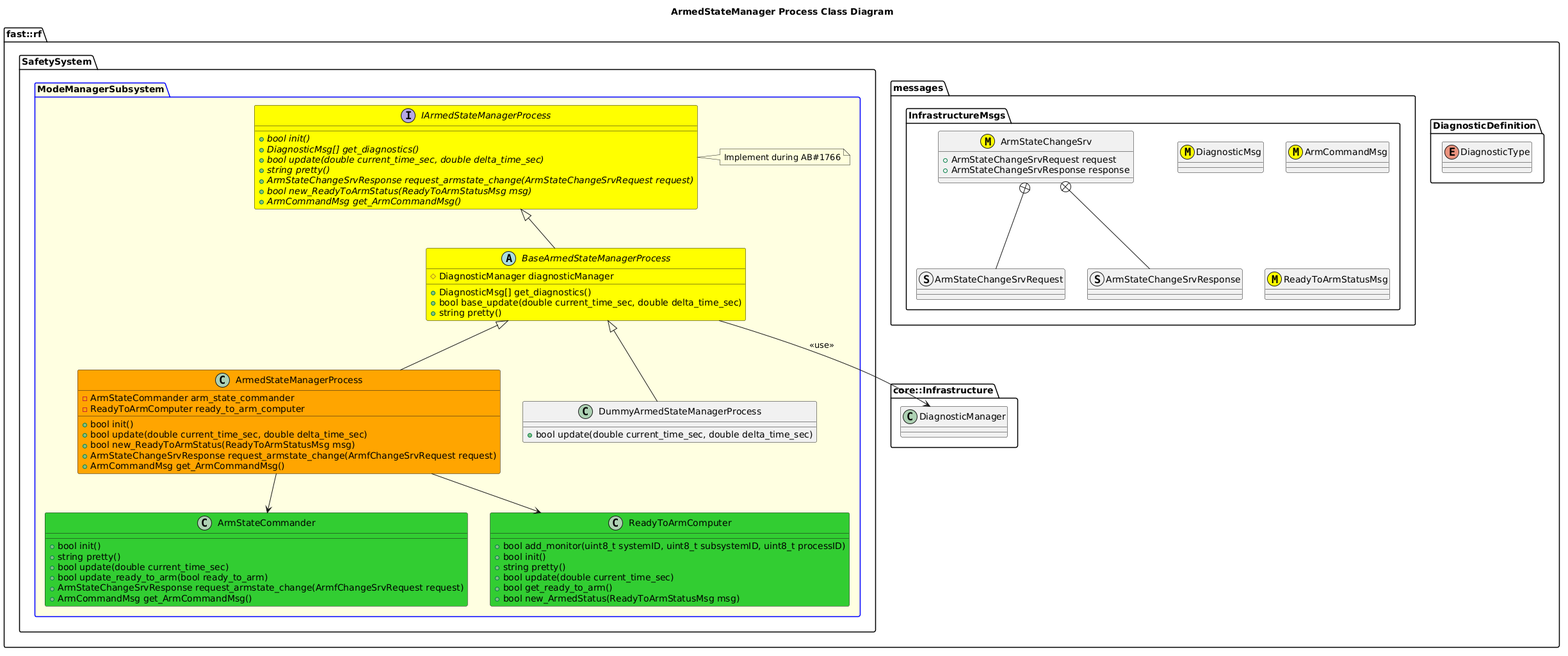
The PlantUML diagram Systems/Safety/Subsystems/ModeManager/Processes/ArmedStateManager/doc/puml/ArmedStateManagerProcessClassDiagram.png in fastrobotics/robot_framework, before a commit.
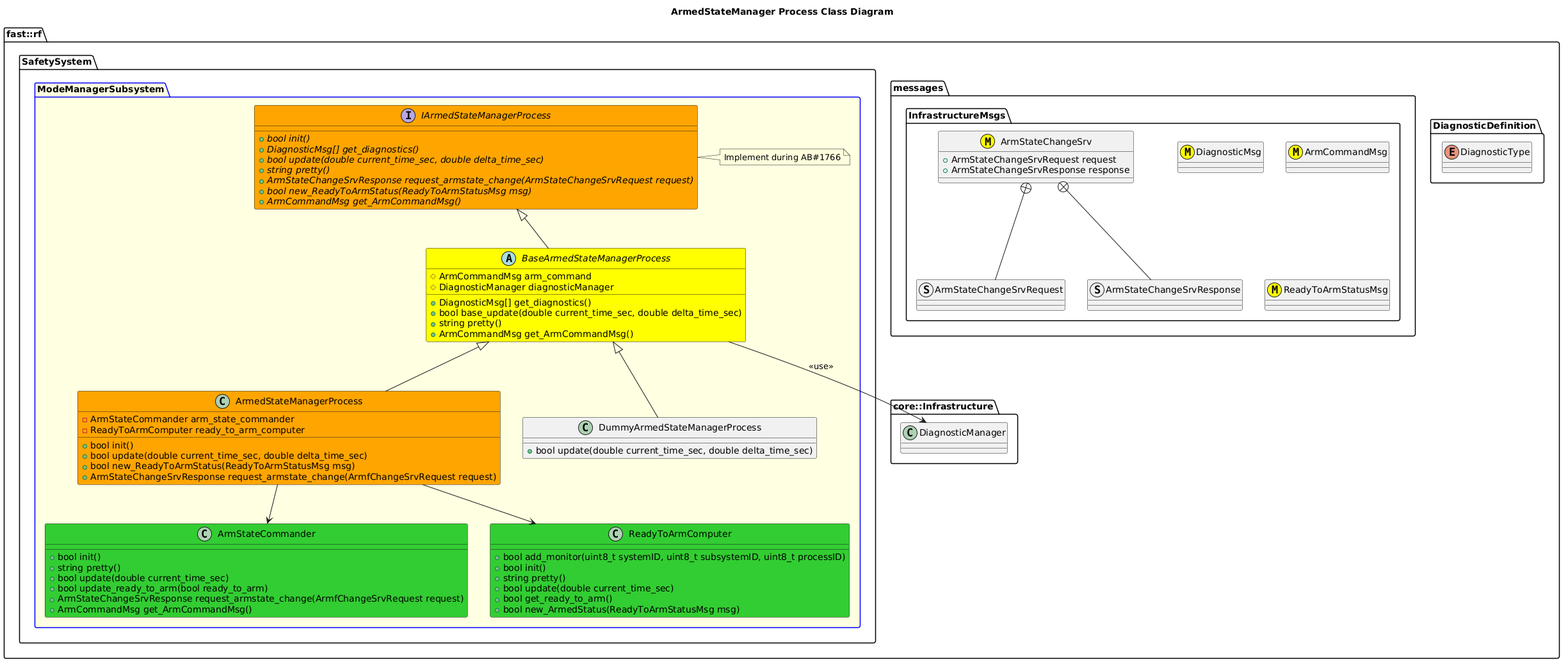
After the change.

The edit, as a diff of the source:
```diff
@@ -41,7 +41,7 @@
             +bool get_ready_to_arm()
             +bool new_ArmedStatus(ReadyToArmStatusMsg msg)
         }
-        interface IArmedStateManagerProcess #Yellow {
+        interface IArmedStateManagerProcess #Orange {
           +{abstract} bool init()
           +{abstract} DiagnosticMsg[] get_diagnostics()
           +{abstract} bool update(double current_time_sec, double delta_time_sec)
@@ -57,6 +57,8 @@
           +DiagnosticMsg[] get_diagnostics()
           +bool base_update(double current_time_sec, double delta_time_sec)
           +string pretty()
+          +ArmCommandMsg get_ArmCommandMsg()
+          #ArmCommandMsg arm_command
           #DiagnosticManager diagnosticManager
 
         }
@@ -67,7 +69,6 @@
           +bool update(double current_time_sec, double delta_time_sec)
           +bool new_ReadyToArmStatus(ReadyToArmStatusMsg msg)
           +ArmStateChangeSrvResponse request_armstate_change(ArmfChangeSrvRequest request)
-          +ArmCommandMsg get_ArmCommandMsg()
           -ArmStateCommander arm_state_commander
           -ReadyToArmComputer ready_to_arm_computer
         }
```
